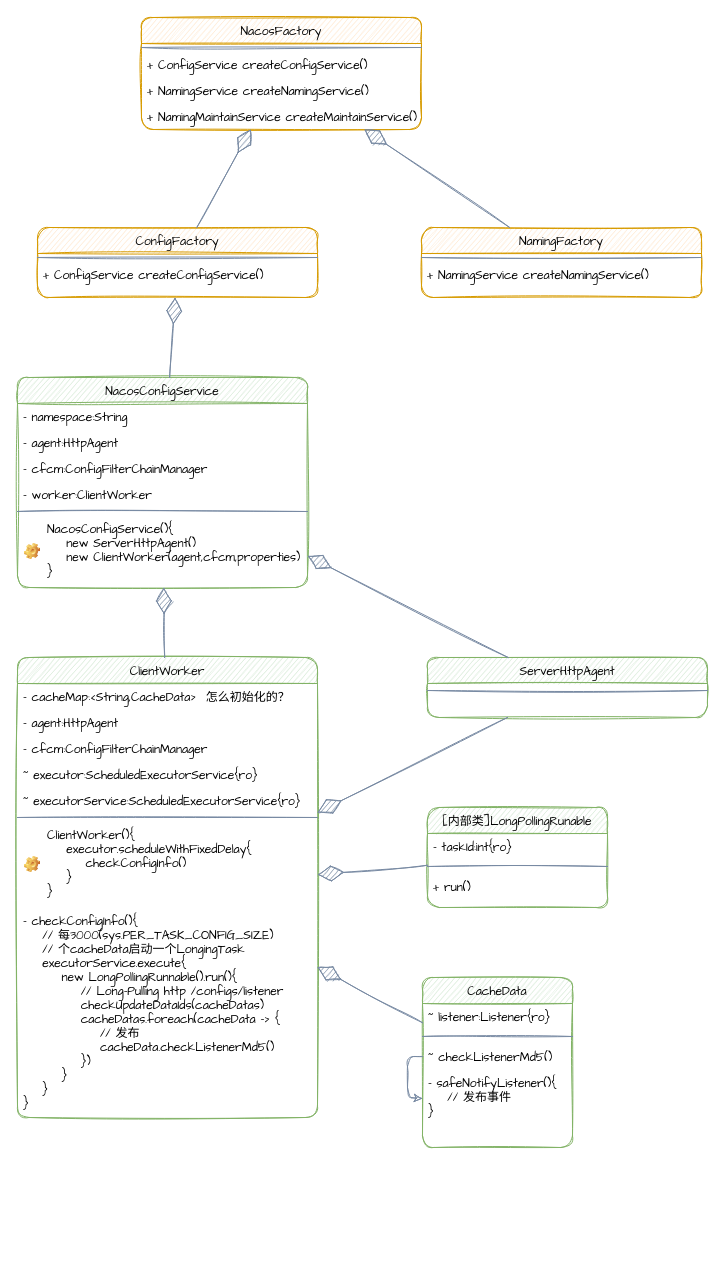
ZhengweiHou/simplegit keeps this draw.io diagram as page "Nacos类图梳理" (2 of 2) of diagrams.net/Nacos架构梳理.drawio. Above is the earlier version. Source tidied: cells renumbered, new cells numbered last; positions are measured from the earlier drawing's top-left corner, leaving out a move shared by most shapes. Both pictures are drawn from the tidied source at 100%, with x=0, y=0 at pixel (17, 17).
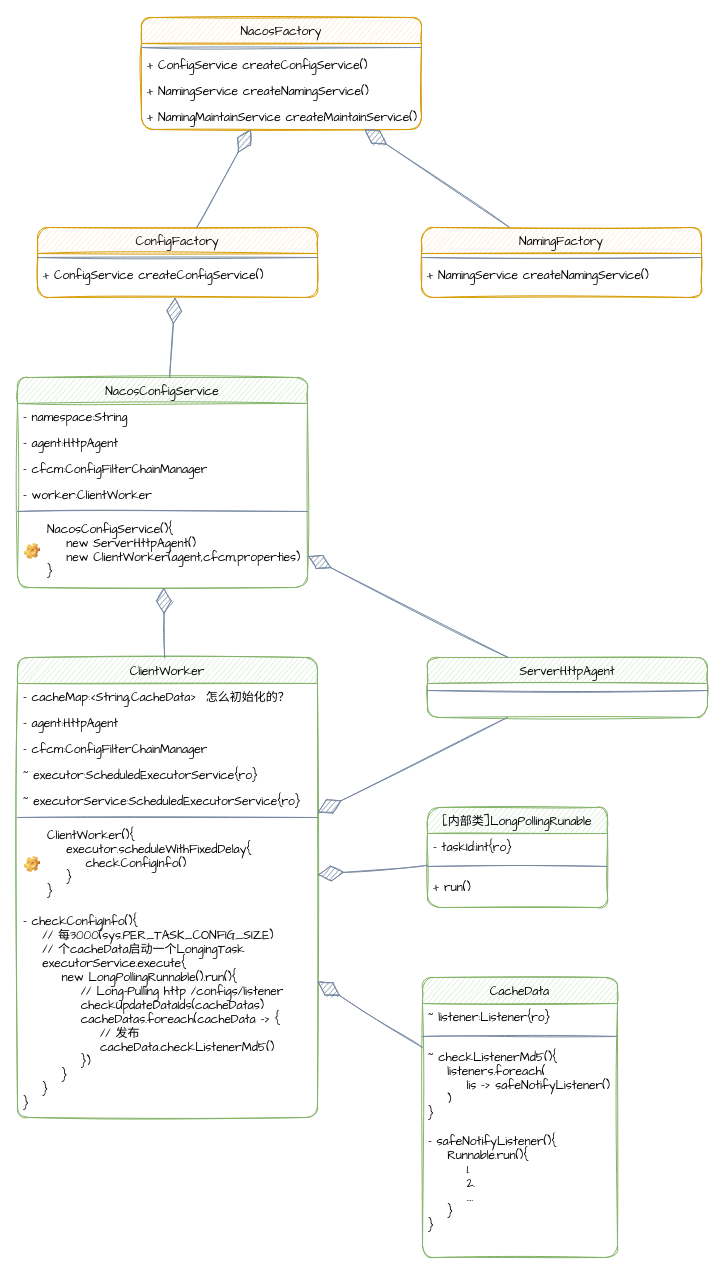
The same diagram, later.

The change refers to these unchanged cells:
```xml
<mxCell id="26" value="ClientWorker" style="swimlane;fontStyle=0;align=center;verticalAlign=top;horizontal=1;startSize=26;shadow=0;strokeWidth=1;fillColor=#d5e8d4;strokeColor=#82b366;fontFamily=Comic Sans MS;fontColor=#000000;rounded=1;sketch=1;" parent="1" vertex="1">
  <mxGeometry y="640" width="300" height="460" as="geometry" />
</mxCell>
```

Change to the diagram source:
```diff
@@
     <mxCell id="42" value="CacheData" style="swimlane;fontStyle=0;align=center;verticalAlign=top;horizontal=1;startSize=26;shadow=0;strokeWidth=1;fillColor=#d5e8d4;strokeColor=#82b366;fontFamily=Comic Sans MS;fontColor=#000000;rounded=1;sketch=1;" parent="1" vertex="1">
-      <mxGeometry x="405" y="960" width="150" height="170" as="geometry" />
+      <mxGeometry x="405" y="960" width="195" height="280" as="geometry" />
     </mxCell>
     <mxCell id="43" value="~ listener:Listener{ro}" style="text;strokeColor=none;fillColor=none;align=left;verticalAlign=top;spacingLeft=4;spacingRight=4;overflow=hidden;rounded=1;sketch=1;fontFamily=Comic Sans MS;fontColor=#000000;" parent="42" vertex="1">
-      <mxGeometry y="26" width="150" height="26" as="geometry" />
+      <mxGeometry y="26" width="195" height="26" as="geometry" />
     </mxCell>
     <mxCell id="44" style="line;strokeWidth=1;fillColor=none;align=left;verticalAlign=middle;spacingTop=-1;spacingLeft=3;spacingRight=3;labelPosition=right;fontColor=#000000;fontFamily=Comic Sans MS;strokeColor=#788AA3;rounded=1;sketch=1;fontStyle=0;" parent="42" vertex="1">
-      <mxGeometry y="52" width="150" height="14" as="geometry" />
+      <mxGeometry y="52" width="195" height="14" as="geometry" />
     </mxCell>
-    <mxCell id="45" style="edgeStyle=orthogonalEdgeStyle;rounded=1;sketch=1;jettySize=auto;html=1;entryX=0;entryY=0.5;entryDx=0;entryDy=0;fontFamily=Comic Sans MS;fontColor=#000000;strokeColor=#788AA3;fillColor=#B2C9AB;exitX=0;exitY=0.5;exitDx=0;exitDy=0;" parent="42" edge="1" source="46" target="47">
-      <mxGeometry relative="1" as="geometry">
-        <Array as="points">
-          <mxPoint x="-15" y="79" />
-          <mxPoint x="-15" y="120" />
-          <mxPoint y="120" />
-        </Array>
-      </mxGeometry>
-    </mxCell>
-    <mxCell id="46" value="~ checkListenerMd5()" style="text;strokeColor=none;fillColor=none;align=left;verticalAlign=top;spacingLeft=4;spacingRight=4;overflow=hidden;points=[[0,0.5],[1,0.5]];portConstraint=eastwest;rounded=1;sketch=1;fontFamily=Comic Sans MS;fontColor=#000000;" parent="42" vertex="1">
-      <mxGeometry y="66" width="150" height="26" as="geometry" />
+    <mxCell id="46" value="~ checkListenerMd5(){&#10;    listeners.foreach(&#10;        lis -&gt; safeNotifyListener()&#10;    )&#10;}" style="text;strokeColor=none;fillColor=none;align=left;verticalAlign=top;spacingLeft=4;spacingRight=4;overflow=hidden;points=[[0,0.5],[1,0.5]];portConstraint=eastwest;rounded=1;sketch=1;fontFamily=Comic Sans MS;fontColor=#000000;" parent="42" vertex="1">
+      <mxGeometry y="66" width="195" height="84" as="geometry" />
     </mxCell>
-    <mxCell id="47" value="- safeNotifyListener(){&#10;    // 发布事件&#10;}" style="text;strokeColor=none;fillColor=none;align=left;verticalAlign=top;spacingLeft=4;spacingRight=4;overflow=hidden;points=[[0,0.5],[1,0.5]];portConstraint=eastwest;rounded=1;sketch=1;fontFamily=Comic Sans MS;fontColor=#000000;" parent="42" vertex="1">
-      <mxGeometry y="92" width="150" height="58" as="geometry" />
+    <mxCell id="47" value="- safeNotifyListener(){&#10;    Runnable.run(){&#10;        1.&#10;        2.&#10;        ....&#10;    }&#10;}" style="text;strokeColor=none;fillColor=none;align=left;verticalAlign=top;spacingLeft=4;spacingRight=4;overflow=hidden;points=[[0,0.5],[1,0.5]];portConstraint=eastwest;rounded=1;sketch=1;fontFamily=Comic Sans MS;fontColor=#000000;" parent="42" vertex="1">
+      <mxGeometry y="150" width="195" height="100" as="geometry" />
     </mxCell>
-    <mxCell id="48" style="endArrow=diamondThin;endFill=1;endSize=24;html=1;fontColor=#000000;strokeColor=#788AA3;fillColor=#B2C9AB;fontFamily=Comic Sans MS;sketch=1;fontStyle=0;" parent="1" edge="1" source="42" target="26">
+    <mxCell id="48" style="endArrow=diamondThin;endFill=1;endSize=24;html=1;fontColor=#000000;strokeColor=#788AA3;fillColor=#B2C9AB;fontFamily=Comic Sans MS;sketch=1;fontStyle=0;exitX=0;exitY=0.25;exitDx=0;exitDy=0;" parent="1" edge="1" source="42" target="26">
       <mxGeometry relative="1" as="geometry" />
     </mxCell>
```
